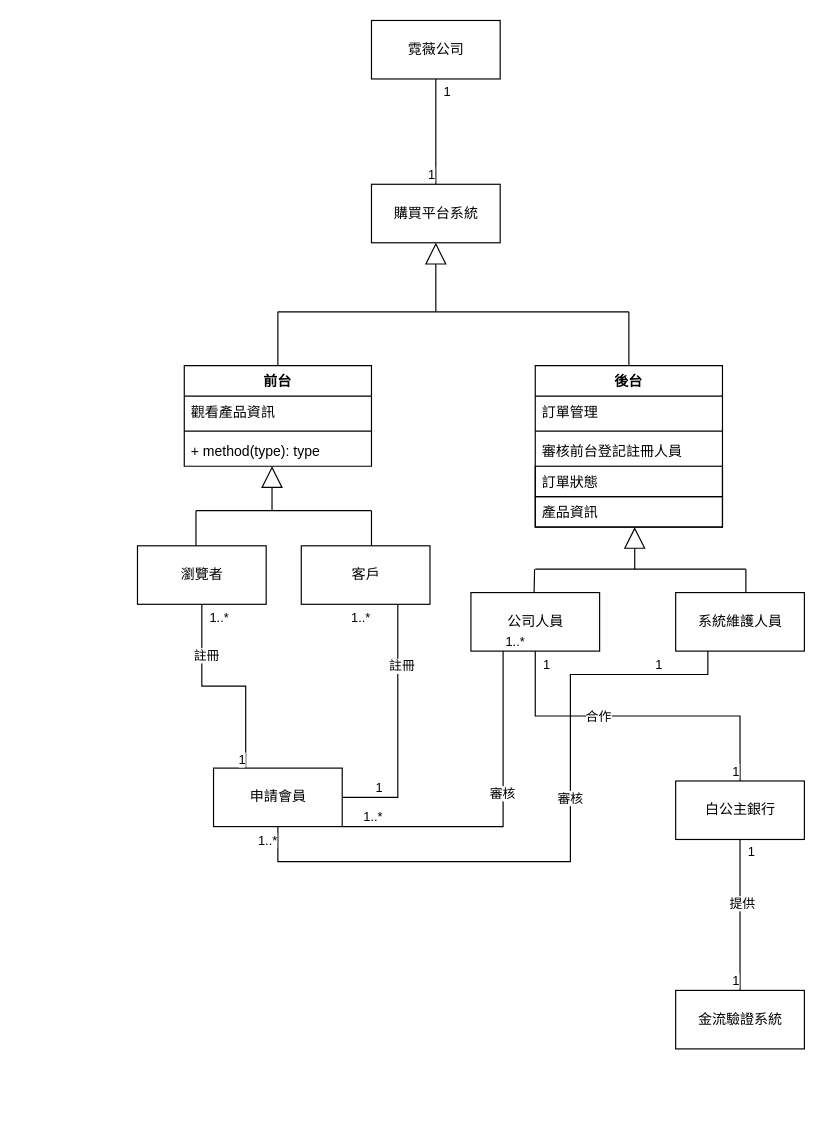
Above: page "(d) 小題" (2 of 3) of sample1.drawio in 35596035/110-2Mid (draw.io), before the change. Source tidied: cells renumbered, new cells numbered last; positions are measured from the earlier drawing's top-left corner, leaving out a move shared by most shapes. Both pictures are drawn from the tidied source at 117%, with x=0, y=0 at pixel (137, 20).
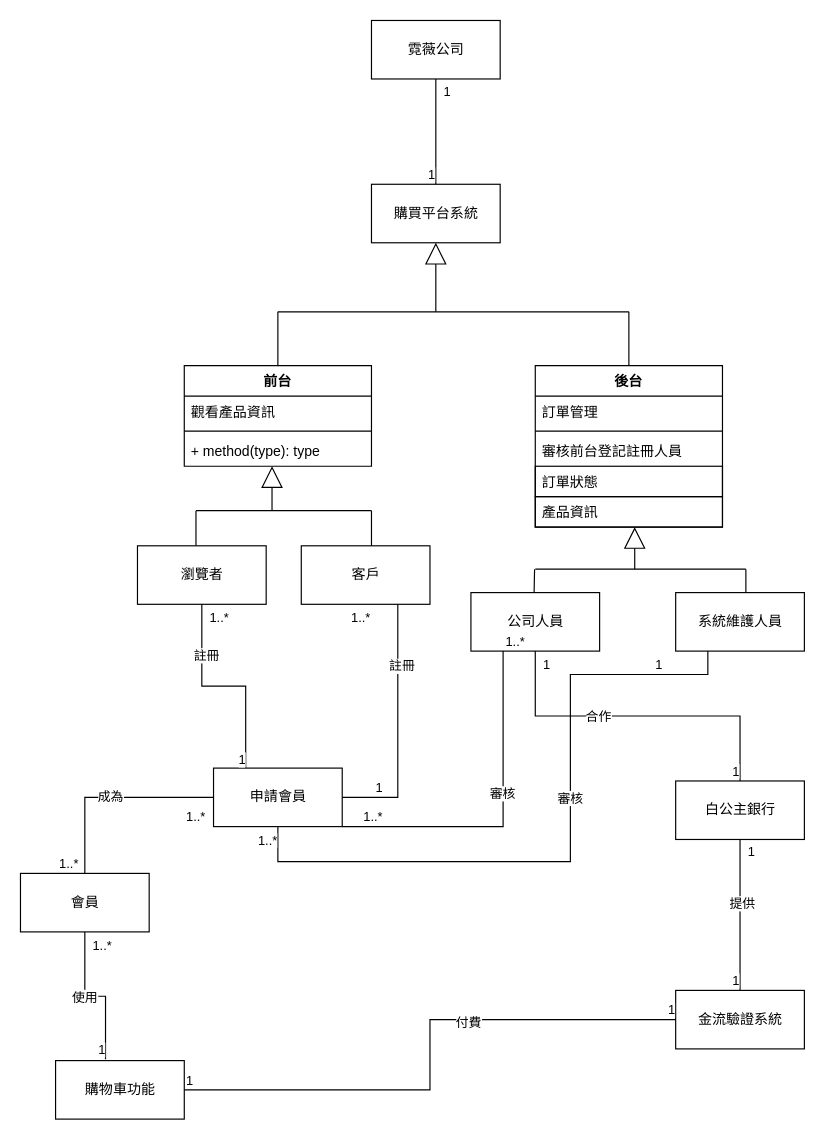
Above is the later version.

Unchanged cells that the change refers to:
```xml
<mxCell id="16" value="金流驗證系統" style="html=1;" parent="1" vertex="1">
  <mxGeometry x="460" y="829" width="110" height="50" as="geometry" />
</mxCell>
<mxCell id="43" value="申請會員" style="html=1;shadow=0;strokeColor=default;" parent="1" vertex="1">
  <mxGeometry x="65" y="639" width="110" height="50" as="geometry" />
</mxCell>
```

Diff of the diagram source:
```diff
@@
+    <mxCell id="60" value="會員" style="html=1;shadow=0;strokeColor=default;" parent="1" vertex="1">
+      <mxGeometry x="-100" y="729" width="110" height="50" as="geometry" />
+    </mxCell>
+    <mxCell id="61" value="成為" style="endArrow=none;html=1;edgeStyle=orthogonalEdgeStyle;rounded=0;exitX=0;exitY=0.5;exitDx=0;exitDy=0;entryX=0.5;entryY=0;entryDx=0;entryDy=0;" parent="1" edge="1" source="43" target="60">
+      <mxGeometry relative="1" as="geometry" />
+    </mxCell>
+    <mxCell id="62" value="1..*" style="edgeLabel;html=1;align=left;verticalAlign=bottom;shadow=0;strokeColor=default;" parent="61" vertex="1">
+      <mxGeometry x="-1" relative="1" as="geometry">
+        <mxPoint x="-25" y="25" as="offset" />
+      </mxGeometry>
+    </mxCell>
+    <mxCell id="63" value="1..*" style="edgeLabel;html=1;align=right;verticalAlign=bottom;shadow=0;strokeColor=default;" parent="61" vertex="1">
+      <mxGeometry x="1" relative="1" as="geometry">
+        <mxPoint x="-5" as="offset" />
+      </mxGeometry>
+    </mxCell>
+    <mxCell id="64" value="購物車功能" style="html=1;shadow=0;strokeColor=default;" parent="1" vertex="1">
+      <mxGeometry x="-70" y="889" width="110" height="50" as="geometry" />
+    </mxCell>
+    <mxCell id="65" style="endArrow=none;html=1;edgeStyle=orthogonalEdgeStyle;rounded=0;exitX=0.5;exitY=1;exitDx=0;exitDy=0;entryX=0.388;entryY=-0.023;entryDx=0;entryDy=0;entryPerimeter=0;" parent="1" edge="1" source="60" target="64">
+      <mxGeometry relative="1" as="geometry" />
+    </mxCell>
+    <mxCell id="66" value="1..*" style="edgeLabel;html=1;align=left;verticalAlign=bottom;shadow=0;strokeColor=default;" parent="65" vertex="1">
+      <mxGeometry x="-1" relative="1" as="geometry">
+        <mxPoint x="5" y="20" as="offset" />
+      </mxGeometry>
+    </mxCell>
+    <mxCell id="67" value="1" style="edgeLabel;html=1;align=right;verticalAlign=bottom;shadow=0;strokeColor=default;" parent="65" vertex="1">
+      <mxGeometry x="1" relative="1" as="geometry" />
+    </mxCell>
+    <mxCell id="68" value="使用" style="edgeLabel;html=1;align=center;verticalAlign=middle;" parent="65" vertex="1">
+      <mxGeometry x="-0.13" y="-1" relative="1" as="geometry">
+        <mxPoint x="-1" y="-1" as="offset" />
+      </mxGeometry>
+    </mxCell>
+    <mxCell id="69" style="endArrow=none;html=1;edgeStyle=orthogonalEdgeStyle;rounded=0;exitX=1;exitY=0.5;exitDx=0;exitDy=0;entryX=0;entryY=0.5;entryDx=0;entryDy=0;" parent="1" edge="1" source="64" target="16">
+      <mxGeometry relative="1" as="geometry" />
+    </mxCell>
+    <mxCell id="70" value="1" style="edgeLabel;html=1;align=left;verticalAlign=bottom;shadow=0;strokeColor=default;" parent="69" vertex="1">
+      <mxGeometry x="-1" relative="1" as="geometry" />
+    </mxCell>
+    <mxCell id="71" value="1" style="edgeLabel;html=1;align=right;verticalAlign=bottom;shadow=0;strokeColor=default;" parent="69" vertex="1">
+      <mxGeometry x="1" relative="1" as="geometry" />
+    </mxCell>
+    <mxCell id="72" value="付費" style="edgeLabel;html=1;align=center;verticalAlign=middle;" parent="69" vertex="1">
+      <mxGeometry x="0.26" y="-2" relative="1" as="geometry" />
+    </mxCell>
```
